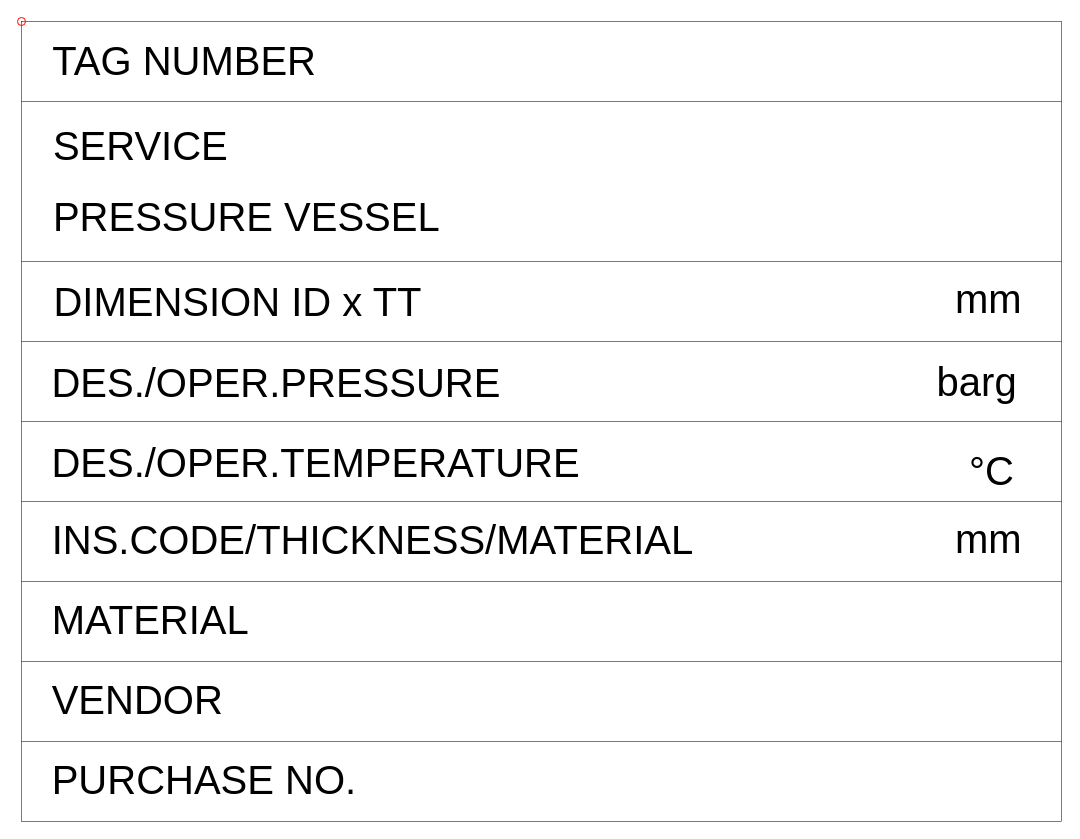
This is DrawIO/ND0301A.drawio from ToniaPedersen/DISCDEXPI, a draw.io file, before an edit. Source tidied: cells renumbered, new cells numbered last; positions are measured from the earlier drawing's top-left corner, leaving out a move shared by most shapes. Both pictures are drawn from the tidied source at 100%, with x=0, y=0 at pixel (17, 17).
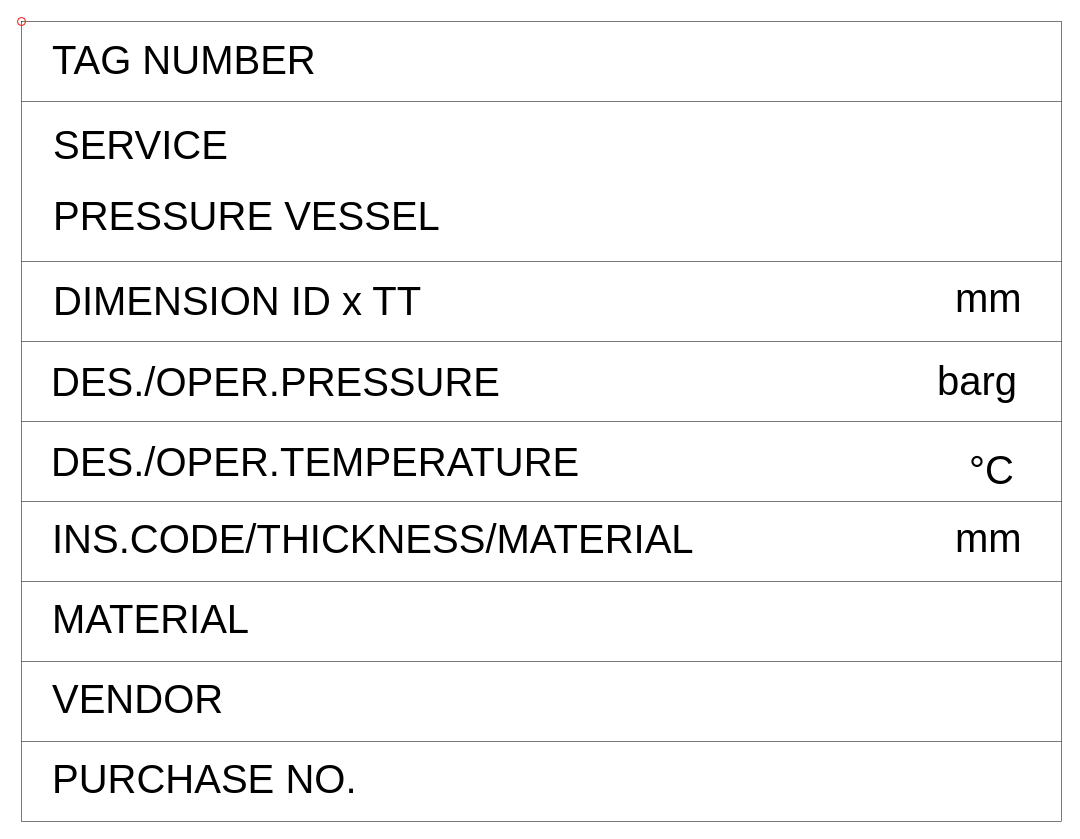
Above is the later version.

Diff of the diagram source:
```diff
@@
-    <mxCell id="11" value="DES./OPER.TEMPERATURE" style="text;html=0;whiteSpace=nowrap;align=left;verticalAlign=top;spacing=0;fontFamily=Arial;fontSize=40;fontColor=#000000;rotation=0.0;" parent="1" vertex="1">
+    <mxCell id="11" value="DES./OPER.TEMPERATURE" style="text;html=1;whiteSpace=nowrap;align=left;verticalAlign=top;spacing=0;fontFamily=Arial;fontSize=40;fontColor=#000000;rotation=0.0;" parent="1" vertex="1">
       <mxGeometry x="34.4" y="415.6" width="497.8" height="35.6" as="geometry" />
     </mxCell>
-    <mxCell id="12" value="°C" style="text;html=0;whiteSpace=nowrap;align=left;verticalAlign=top;spacing=0;fontFamily=Arial;fontSize=40;fontColor=#000000;rotation=0.0;" parent="1" vertex="1">
+    <mxCell id="12" value="°C" style="text;html=1;whiteSpace=nowrap;align=left;verticalAlign=top;spacing=0;fontFamily=Arial;fontSize=40;fontColor=#000000;rotation=0.0;" parent="1" vertex="1">
       <mxGeometry x="952" y="424" width="48" height="36" as="geometry" />
     </mxCell>
-    <mxCell id="13" value="barg" style="text;html=0;whiteSpace=nowrap;align=left;verticalAlign=top;spacing=0;fontFamily=Arial;fontSize=40;fontColor=#000000;rotation=0.0;" parent="1" vertex="1">
+    <mxCell id="13" value="barg" style="text;html=1;whiteSpace=nowrap;align=left;verticalAlign=top;spacing=0;fontFamily=Arial;fontSize=40;fontColor=#000000;rotation=0.0;" parent="1" vertex="1">
       <mxGeometry x="919.6" y="335.1" width="96" height="36" as="geometry" />
     </mxCell>
-    <mxCell id="14" value="mm" style="text;html=0;whiteSpace=nowrap;align=left;verticalAlign=top;spacing=0;fontFamily=Arial;fontSize=40;fontColor=#000000;rotation=0.0;" parent="1" vertex="1">
+    <mxCell id="14" value="mm" style="text;html=1;whiteSpace=nowrap;align=left;verticalAlign=top;spacing=0;fontFamily=Arial;fontSize=40;fontColor=#000000;rotation=0.0;" parent="1" vertex="1">
       <mxGeometry x="937.9" y="252.4" width="48" height="36" as="geometry" />
     </mxCell>
-    <mxCell id="15" value="TAG NUMBER" style="text;html=0;whiteSpace=nowrap;align=left;verticalAlign=top;spacing=0;fontFamily=Arial;fontSize=40;fontColor=#000000;rotation=0.0;" parent="1" vertex="1">
+    <mxCell id="15" value="TAG NUMBER" style="text;html=1;whiteSpace=nowrap;align=left;verticalAlign=top;spacing=0;fontFamily=Arial;fontSize=40;fontColor=#000000;rotation=0.0;" parent="1" vertex="1">
       <mxGeometry x="35.3" y="14" width="237.1" height="35.6" as="geometry" />
     </mxCell>
-    <mxCell id="16" value="INS.CODE/THICKNESS/MATERIAL" style="text;html=0;whiteSpace=nowrap;align=left;verticalAlign=top;spacing=0;fontFamily=Arial;fontSize=40;fontColor=#000000;rotation=0.0;" parent="1" vertex="1">
+    <mxCell id="16" value="INS.CODE/THICKNESS/MATERIAL" style="text;html=1;whiteSpace=nowrap;align=left;verticalAlign=top;spacing=0;fontFamily=Arial;fontSize=40;fontColor=#000000;rotation=0.0;" parent="1" vertex="1">
       <mxGeometry x="34.7" y="492.7" width="640.1" height="35.6" as="geometry" />
     </mxCell>
-    <mxCell id="17" value="DES./OPER.PRESSURE" style="text;html=0;whiteSpace=nowrap;align=left;verticalAlign=top;spacing=0;fontFamily=Arial;fontSize=40;fontColor=#000000;rotation=0.0;" parent="1" vertex="1">
+    <mxCell id="17" value="DES./OPER.PRESSURE" style="text;html=1;whiteSpace=nowrap;align=left;verticalAlign=top;spacing=0;fontFamily=Arial;fontSize=40;fontColor=#000000;rotation=0.0;" parent="1" vertex="1">
       <mxGeometry x="34.4" y="335.6" width="426.7" height="35.6" as="geometry" />
     </mxCell>
-    <mxCell id="18" value="SERVICE" style="text;html=0;whiteSpace=nowrap;align=left;verticalAlign=top;spacing=0;fontFamily=Arial;fontSize=40;fontColor=#000000;rotation=0.0;" parent="1" vertex="1">
+    <mxCell id="18" value="SERVICE" style="text;html=1;whiteSpace=nowrap;align=left;verticalAlign=top;spacing=0;fontFamily=Arial;fontSize=40;fontColor=#000000;rotation=0.0;" parent="1" vertex="1">
       <mxGeometry x="35.9" y="98.6" width="165.9" height="35.6" as="geometry" />
     </mxCell>
-    <mxCell id="19" value="DIMENSION ID x TT" style="text;html=0;whiteSpace=nowrap;align=left;verticalAlign=top;spacing=0;fontFamily=Arial;fontSize=40;fontColor=#000000;rotation=0.0;" parent="1" vertex="1">
+    <mxCell id="19" value="DIMENSION ID x TT" style="text;html=1;whiteSpace=nowrap;align=left;verticalAlign=top;spacing=0;fontFamily=Arial;fontSize=40;fontColor=#000000;rotation=0.0;" parent="1" vertex="1">
       <mxGeometry x="36.4" y="254.6" width="403" height="35.6" as="geometry" />
     </mxCell>
-    <mxCell id="20" value="PURCHASE NO." style="text;html=0;whiteSpace=nowrap;align=left;verticalAlign=top;spacing=0;fontFamily=Arial;fontSize=40;fontColor=#000000;rotation=0.0;" parent="1" vertex="1">
+    <mxCell id="20" value="PURCHASE NO." style="text;html=1;whiteSpace=nowrap;align=left;verticalAlign=top;spacing=0;fontFamily=Arial;fontSize=40;fontColor=#000000;rotation=0.0;" parent="1" vertex="1">
       <mxGeometry x="34.7" y="732.7" width="284.5" height="35.6" as="geometry" />
     </mxCell>
-    <mxCell id="21" value="mm" style="text;html=0;whiteSpace=nowrap;align=left;verticalAlign=top;spacing=0;fontFamily=Arial;fontSize=40;fontColor=#000000;rotation=0.0;" parent="1" vertex="1">
+    <mxCell id="21" value="mm" style="text;html=1;whiteSpace=nowrap;align=left;verticalAlign=top;spacing=0;fontFamily=Arial;fontSize=40;fontColor=#000000;rotation=0.0;" parent="1" vertex="1">
       <mxGeometry x="937.9" y="492.4" width="48" height="36" as="geometry" />
     </mxCell>
-    <mxCell id="22" value="VENDOR" style="text;html=0;whiteSpace=nowrap;align=left;verticalAlign=top;spacing=0;fontFamily=Arial;fontSize=40;fontColor=#000000;rotation=0.0;" parent="1" vertex="1">
+    <mxCell id="22" value="VENDOR" style="text;html=1;whiteSpace=nowrap;align=left;verticalAlign=top;spacing=0;fontFamily=Arial;fontSize=40;fontColor=#000000;rotation=0.0;" parent="1" vertex="1">
       <mxGeometry x="34.7" y="652.7" width="142.2" height="35.6" as="geometry" />
     </mxCell>
-    <mxCell id="23" value="PRESSURE VESSEL" style="text;html=0;whiteSpace=nowrap;align=left;verticalAlign=top;spacing=0;fontFamily=Arial;fontSize=40;fontColor=#000000;rotation=0.0;" parent="1" vertex="1">
+    <mxCell id="23" value="PRESSURE VESSEL" style="text;html=1;whiteSpace=nowrap;align=left;verticalAlign=top;spacing=0;fontFamily=Arial;fontSize=40;fontColor=#000000;rotation=0.0;" parent="1" vertex="1">
       <mxGeometry x="35.9" y="170.4" width="355.6" height="35.6" as="geometry" />
     </mxCell>
-    <mxCell id="24" value="MATERIAL" style="text;html=0;whiteSpace=nowrap;align=left;verticalAlign=top;spacing=0;fontFamily=Arial;fontSize=40;fontColor=#000000;rotation=0.0;" parent="1" vertex="1">
+    <mxCell id="24" value="MATERIAL" style="text;html=1;whiteSpace=nowrap;align=left;verticalAlign=top;spacing=0;fontFamily=Arial;fontSize=40;fontColor=#000000;rotation=0.0;" parent="1" vertex="1">
       <mxGeometry x="34.7" y="572.7" width="189.6" height="35.6" as="geometry" />
     </mxCell>
```
